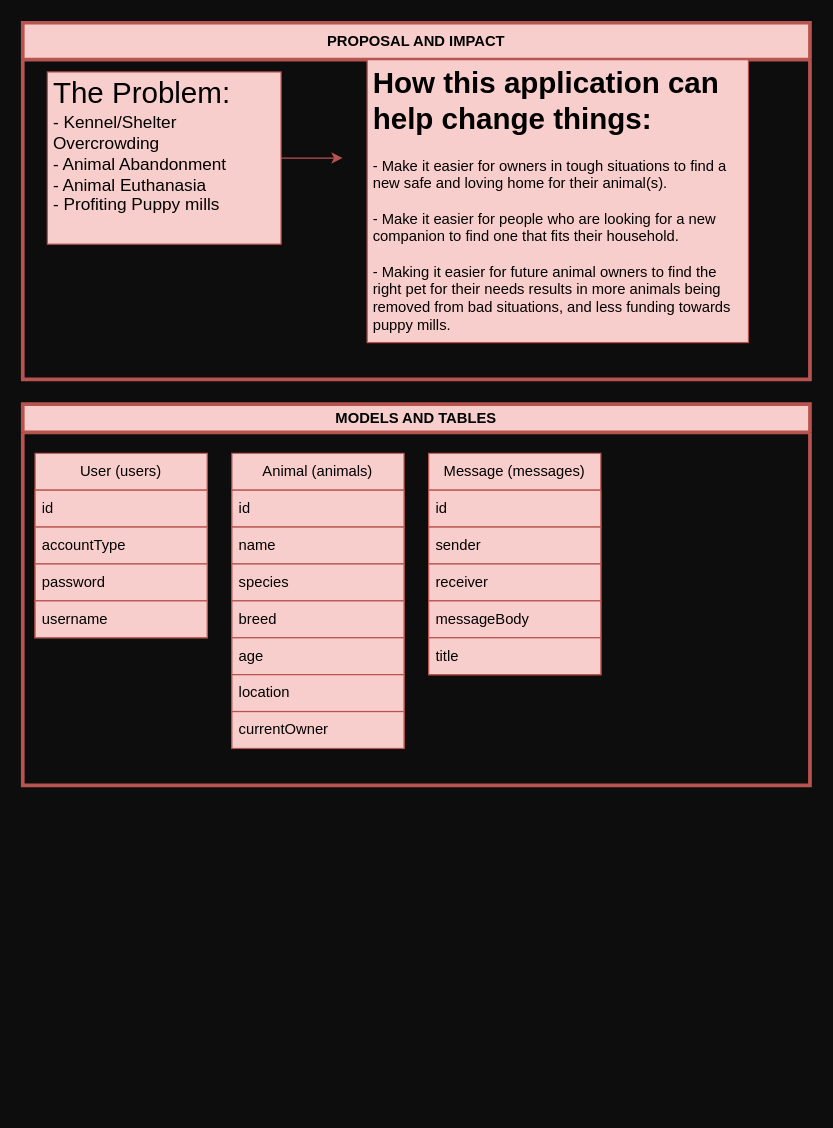
kammau/Animal-Share keeps this draw.io diagram as Untitled Diagram.drawio. Above is the earlier version. Source tidied: cells renumbered, new cells numbered last; positions are measured from the earlier drawing's top-left corner, leaving out a move shared by most shapes. Both pictures are drawn from the tidied source at 123%, with x=0, y=0 at pixel (22, 22).
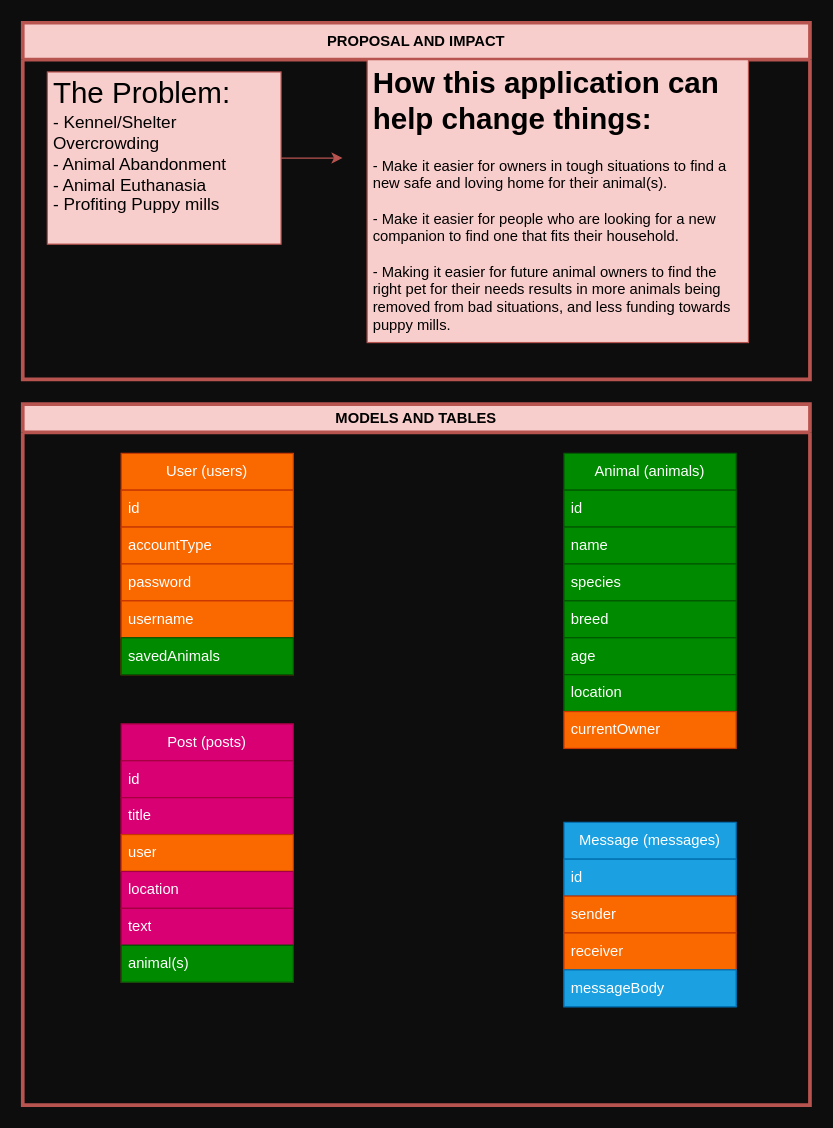
After the change.

The edit, as a diff of the source:
```diff
@@
     <mxCell id="6" value="MODELS AND TABLES" style="swimlane;whiteSpace=wrap;html=1;fillColor=#f8cecc;strokeColor=#b85450;rounded=0;strokeWidth=3;" parent="1" vertex="1">
-      <mxGeometry y="310" width="640" height="310" as="geometry" />
+      <mxGeometry y="310" width="640" height="570" as="geometry" />
     </mxCell>
-    <mxCell id="7" value="User (users)" style="swimlane;fontStyle=0;horizontal=1;startSize=30;whiteSpace=wrap;html=1;fillColor=#f8cecc;strokeColor=#b85450;" parent="6" vertex="1">
-      <mxGeometry x="10" y="40" width="140" height="150" as="geometry" />
+    <mxCell id="7" value="User (users)" style="swimlane;fontStyle=0;horizontal=1;startSize=30;whiteSpace=wrap;html=1;fillColor=#fa6800;strokeColor=#C73500;fontColor=#FFFFFF;" parent="6" vertex="1">
+      <mxGeometry x="80" y="40" width="140" height="180" as="geometry" />
     </mxCell>
-    <mxCell id="8" value="id" style="text;strokeColor=#b85450;fillColor=#f8cecc;align=left;verticalAlign=middle;spacingLeft=4;spacingRight=4;overflow=hidden;whiteSpace=wrap;html=1;" parent="7" vertex="1">
+    <mxCell id="8" value="id" style="text;strokeColor=#C73500;fillColor=#fa6800;align=left;verticalAlign=middle;spacingLeft=4;spacingRight=4;overflow=hidden;whiteSpace=wrap;html=1;fontColor=#FFFFFF;" parent="7" vertex="1">
       <mxGeometry y="30" width="140" height="30" as="geometry" />
     </mxCell>
-    <mxCell id="9" value="accountType" style="text;strokeColor=#b85450;fillColor=#f8cecc;align=left;verticalAlign=middle;spacingLeft=4;spacingRight=4;overflow=hidden;whiteSpace=wrap;html=1;" parent="7" vertex="1">
+    <mxCell id="9" value="accountType" style="text;strokeColor=#C73500;fillColor=#fa6800;align=left;verticalAlign=middle;spacingLeft=4;spacingRight=4;overflow=hidden;whiteSpace=wrap;html=1;fontColor=#FFFFFF;" parent="7" vertex="1">
       <mxGeometry y="60" width="140" height="30" as="geometry" />
     </mxCell>
-    <mxCell id="10" value="password" style="text;strokeColor=#b85450;fillColor=#f8cecc;align=left;verticalAlign=middle;spacingLeft=4;spacingRight=4;overflow=hidden;whiteSpace=wrap;html=1;" parent="7" vertex="1">
+    <mxCell id="10" value="password" style="text;strokeColor=#C73500;fillColor=#fa6800;align=left;verticalAlign=middle;spacingLeft=4;spacingRight=4;overflow=hidden;whiteSpace=wrap;html=1;fontColor=#FFFFFF;" parent="7" vertex="1">
       <mxGeometry y="90" width="140" height="30" as="geometry" />
     </mxCell>
-    <mxCell id="11" value="username" style="text;strokeColor=#b85450;fillColor=#f8cecc;align=left;verticalAlign=middle;spacingLeft=4;spacingRight=4;overflow=hidden;whiteSpace=wrap;html=1;" parent="7" vertex="1">
+    <mxCell id="11" value="username" style="text;strokeColor=#C73500;fillColor=#fa6800;align=left;verticalAlign=middle;spacingLeft=4;spacingRight=4;overflow=hidden;whiteSpace=wrap;html=1;fontColor=#FFFFFF;" parent="7" vertex="1">
       <mxGeometry y="120" width="140" height="30" as="geometry" />
     </mxCell>
+    <mxCell id="26" value="savedAnimals" style="text;strokeColor=#005700;fillColor=#008a00;align=left;verticalAlign=middle;spacingLeft=4;spacingRight=4;overflow=hidden;whiteSpace=wrap;html=1;fontColor=#ffffff;" parent="7" vertex="1">
+      <mxGeometry y="150" width="140" height="30" as="geometry" />
+    </mxCell>
-    <mxCell id="12" value="Animal (animals)" style="swimlane;fontStyle=0;horizontal=1;startSize=30;whiteSpace=wrap;html=1;fillColor=#f8cecc;strokeColor=#b85450;" parent="6" vertex="1">
-      <mxGeometry x="170" y="40" width="140" height="240" as="geometry" />
+    <mxCell id="12" value="Animal (animals)" style="swimlane;fontStyle=0;horizontal=1;startSize=30;whiteSpace=wrap;html=1;fillColor=#008a00;strokeColor=#005700;fontColor=#ffffff;" parent="6" vertex="1">
+      <mxGeometry x="440" y="40" width="140" height="240" as="geometry" />
     </mxCell>
-    <mxCell id="13" value="id" style="text;strokeColor=#b85450;fillColor=#f8cecc;align=left;verticalAlign=middle;spacingLeft=4;spacingRight=4;overflow=hidden;whiteSpace=wrap;html=1;" parent="12" vertex="1">
+    <mxCell id="13" value="id" style="text;strokeColor=#005700;fillColor=#008a00;align=left;verticalAlign=middle;spacingLeft=4;spacingRight=4;overflow=hidden;whiteSpace=wrap;html=1;fontColor=#ffffff;" parent="12" vertex="1">
       <mxGeometry y="30" width="140" height="30" as="geometry" />
     </mxCell>
-    <mxCell id="14" value="name" style="text;strokeColor=#b85450;fillColor=#f8cecc;align=left;verticalAlign=middle;spacingLeft=4;spacingRight=4;overflow=hidden;whiteSpace=wrap;html=1;" parent="12" vertex="1">
+    <mxCell id="14" value="name" style="text;strokeColor=#005700;fillColor=#008a00;align=left;verticalAlign=middle;spacingLeft=4;spacingRight=4;overflow=hidden;whiteSpace=wrap;html=1;fontColor=#ffffff;" parent="12" vertex="1">
       <mxGeometry y="60" width="140" height="30" as="geometry" />
     </mxCell>
-    <mxCell id="15" value="species" style="text;strokeColor=#b85450;fillColor=#f8cecc;align=left;verticalAlign=middle;spacingLeft=4;spacingRight=4;overflow=hidden;whiteSpace=wrap;html=1;" parent="12" vertex="1">
+    <mxCell id="15" value="species" style="text;strokeColor=#005700;fillColor=#008a00;align=left;verticalAlign=middle;spacingLeft=4;spacingRight=4;overflow=hidden;whiteSpace=wrap;html=1;fontColor=#ffffff;" parent="12" vertex="1">
       <mxGeometry y="90" width="140" height="30" as="geometry" />
     </mxCell>
-    <mxCell id="16" value="breed" style="text;strokeColor=#b85450;fillColor=#f8cecc;align=left;verticalAlign=middle;spacingLeft=4;spacingRight=4;overflow=hidden;whiteSpace=wrap;html=1;" parent="12" vertex="1">
+    <mxCell id="16" value="breed" style="text;strokeColor=#005700;fillColor=#008a00;align=left;verticalAlign=middle;spacingLeft=4;spacingRight=4;overflow=hidden;whiteSpace=wrap;html=1;fontColor=#ffffff;" parent="12" vertex="1">
       <mxGeometry y="120" width="140" height="30" as="geometry" />
     </mxCell>
-    <mxCell id="17" value="age" style="text;strokeColor=#b85450;fillColor=#f8cecc;align=left;verticalAlign=middle;spacingLeft=4;spacingRight=4;overflow=hidden;whiteSpace=wrap;html=1;" parent="12" vertex="1">
+    <mxCell id="17" value="age" style="text;strokeColor=#005700;fillColor=#008a00;align=left;verticalAlign=middle;spacingLeft=4;spacingRight=4;overflow=hidden;whiteSpace=wrap;html=1;fontColor=#ffffff;" parent="12" vertex="1">
       <mxGeometry y="150" width="140" height="30" as="geometry" />
     </mxCell>
-    <mxCell id="18" value="location" style="text;strokeColor=#b85450;fillColor=#f8cecc;align=left;verticalAlign=middle;spacingLeft=4;spacingRight=4;overflow=hidden;whiteSpace=wrap;html=1;" parent="12" vertex="1">
+    <mxCell id="18" value="location" style="text;strokeColor=#005700;fillColor=#008a00;align=left;verticalAlign=middle;spacingLeft=4;spacingRight=4;overflow=hidden;whiteSpace=wrap;html=1;fontColor=#ffffff;" parent="12" vertex="1">
       <mxGeometry y="180" width="140" height="30" as="geometry" />
     </mxCell>
-    <mxCell id="19" value="currentOwner" style="text;strokeColor=#b85450;fillColor=#f8cecc;align=left;verticalAlign=middle;spacingLeft=4;spacingRight=4;overflow=hidden;whiteSpace=wrap;html=1;" parent="12" vertex="1">
+    <mxCell id="19" value="currentOwner" style="text;strokeColor=#C73500;fillColor=#fa6800;align=left;verticalAlign=middle;spacingLeft=4;spacingRight=4;overflow=hidden;whiteSpace=wrap;html=1;fontColor=#FFFFFF;" parent="12" vertex="1">
       <mxGeometry y="210" width="140" height="30" as="geometry" />
     </mxCell>
+    <mxCell id="27" value="Post (posts)" style="swimlane;fontStyle=0;horizontal=1;startSize=30;whiteSpace=wrap;html=1;fillColor=#d80073;strokeColor=#A50040;fontColor=#ffffff;" parent="6" vertex="1">
+      <mxGeometry x="80" y="260" width="140" height="210" as="geometry" />
+    </mxCell>
+    <mxCell id="28" value="id" style="text;strokeColor=#A50040;fillColor=#d80073;align=left;verticalAlign=middle;spacingLeft=4;spacingRight=4;overflow=hidden;whiteSpace=wrap;html=1;fontColor=#ffffff;" parent="27" vertex="1">
+      <mxGeometry y="30" width="140" height="30" as="geometry" />
+    </mxCell>
+    <mxCell id="25" value="title" style="text;strokeColor=#A50040;fillColor=#d80073;align=left;verticalAlign=middle;spacingLeft=4;spacingRight=4;overflow=hidden;whiteSpace=wrap;html=1;fontColor=#ffffff;" parent="27" vertex="1">
+      <mxGeometry y="60" width="140" height="30" as="geometry" />
+    </mxCell>
+    <mxCell id="29" value="user" style="text;strokeColor=#C73500;fillColor=#fa6800;align=left;verticalAlign=middle;spacingLeft=4;spacingRight=4;overflow=hidden;whiteSpace=wrap;html=1;fontColor=#FFFFFF;" parent="27" vertex="1">
+      <mxGeometry y="90" width="140" height="30" as="geometry" />
+    </mxCell>
+    <mxCell id="30" value="location" style="text;strokeColor=#A50040;fillColor=#d80073;align=left;verticalAlign=middle;spacingLeft=4;spacingRight=4;overflow=hidden;whiteSpace=wrap;html=1;fontColor=#ffffff;" parent="27" vertex="1">
+      <mxGeometry y="120" width="140" height="30" as="geometry" />
+    </mxCell>
+    <mxCell id="31" value="text" style="text;strokeColor=#A50040;fillColor=#d80073;align=left;verticalAlign=middle;spacingLeft=4;spacingRight=4;overflow=hidden;whiteSpace=wrap;html=1;fontColor=#ffffff;" parent="27" vertex="1">
+      <mxGeometry y="150" width="140" height="30" as="geometry" />
+    </mxCell>
+    <mxCell id="32" value="animal(s)" style="text;strokeColor=#005700;fillColor=#008a00;align=left;verticalAlign=middle;spacingLeft=4;spacingRight=4;overflow=hidden;whiteSpace=wrap;html=1;fontColor=#ffffff;" parent="27" vertex="1">
+      <mxGeometry y="180" width="140" height="30" as="geometry" />
+    </mxCell>
-    <mxCell id="20" value="Message (messages)" style="swimlane;fontStyle=0;horizontal=1;startSize=30;whiteSpace=wrap;html=1;fillColor=#f8cecc;strokeColor=#b85450;" parent="6" vertex="1">
-      <mxGeometry x="330" y="40" width="140" height="180" as="geometry" />
+    <mxCell id="20" value="Message (messages)" style="swimlane;fontStyle=0;horizontal=1;startSize=30;whiteSpace=wrap;html=1;fillColor=#1ba1e2;strokeColor=#006EAF;fontColor=#ffffff;" parent="6" vertex="1">
+      <mxGeometry x="440" y="340" width="140" height="150" as="geometry" />
     </mxCell>
-    <mxCell id="21" value="id" style="text;strokeColor=#b85450;fillColor=#f8cecc;align=left;verticalAlign=middle;spacingLeft=4;spacingRight=4;overflow=hidden;whiteSpace=wrap;html=1;" parent="20" vertex="1">
+    <mxCell id="21" value="id" style="text;strokeColor=#006EAF;fillColor=#1ba1e2;align=left;verticalAlign=middle;spacingLeft=4;spacingRight=4;overflow=hidden;whiteSpace=wrap;html=1;fontColor=#ffffff;" parent="20" vertex="1">
       <mxGeometry y="30" width="140" height="30" as="geometry" />
     </mxCell>
-    <mxCell id="22" value="sender" style="text;strokeColor=#b85450;fillColor=#f8cecc;align=left;verticalAlign=middle;spacingLeft=4;spacingRight=4;overflow=hidden;whiteSpace=wrap;html=1;" parent="20" vertex="1">
+    <mxCell id="22" value="sender" style="text;strokeColor=#C73500;fillColor=#fa6800;align=left;verticalAlign=middle;spacingLeft=4;spacingRight=4;overflow=hidden;whiteSpace=wrap;html=1;fontColor=#FFFFFF;" parent="20" vertex="1">
       <mxGeometry y="60" width="140" height="30" as="geometry" />
     </mxCell>
-    <mxCell id="23" value="receiver" style="text;strokeColor=#b85450;fillColor=#f8cecc;align=left;verticalAlign=middle;spacingLeft=4;spacingRight=4;overflow=hidden;whiteSpace=wrap;html=1;" parent="20" vertex="1">
+    <mxCell id="23" value="receiver" style="text;strokeColor=#C73500;fillColor=#fa6800;align=left;verticalAlign=middle;spacingLeft=4;spacingRight=4;overflow=hidden;whiteSpace=wrap;html=1;fontColor=#FFFFFF;" parent="20" vertex="1">
       <mxGeometry y="90" width="140" height="30" as="geometry" />
     </mxCell>
-    <mxCell id="24" value="messageBody" style="text;strokeColor=#b85450;fillColor=#f8cecc;align=left;verticalAlign=middle;spacingLeft=4;spacingRight=4;overflow=hidden;whiteSpace=wrap;html=1;" parent="20" vertex="1">
+    <mxCell id="24" value="messageBody" style="text;strokeColor=#006EAF;fillColor=#1ba1e2;align=left;verticalAlign=middle;spacingLeft=4;spacingRight=4;overflow=hidden;whiteSpace=wrap;html=1;fontColor=#ffffff;" parent="20" vertex="1">
       <mxGeometry y="120" width="140" height="30" as="geometry" />
     </mxCell>
-    <mxCell id="25" value="title" style="text;strokeColor=#b85450;fillColor=#f8cecc;align=left;verticalAlign=middle;spacingLeft=4;spacingRight=4;overflow=hidden;whiteSpace=wrap;html=1;" parent="20" vertex="1">
-      <mxGeometry y="150" width="140" height="30" as="geometry" />
-    </mxCell>
```
